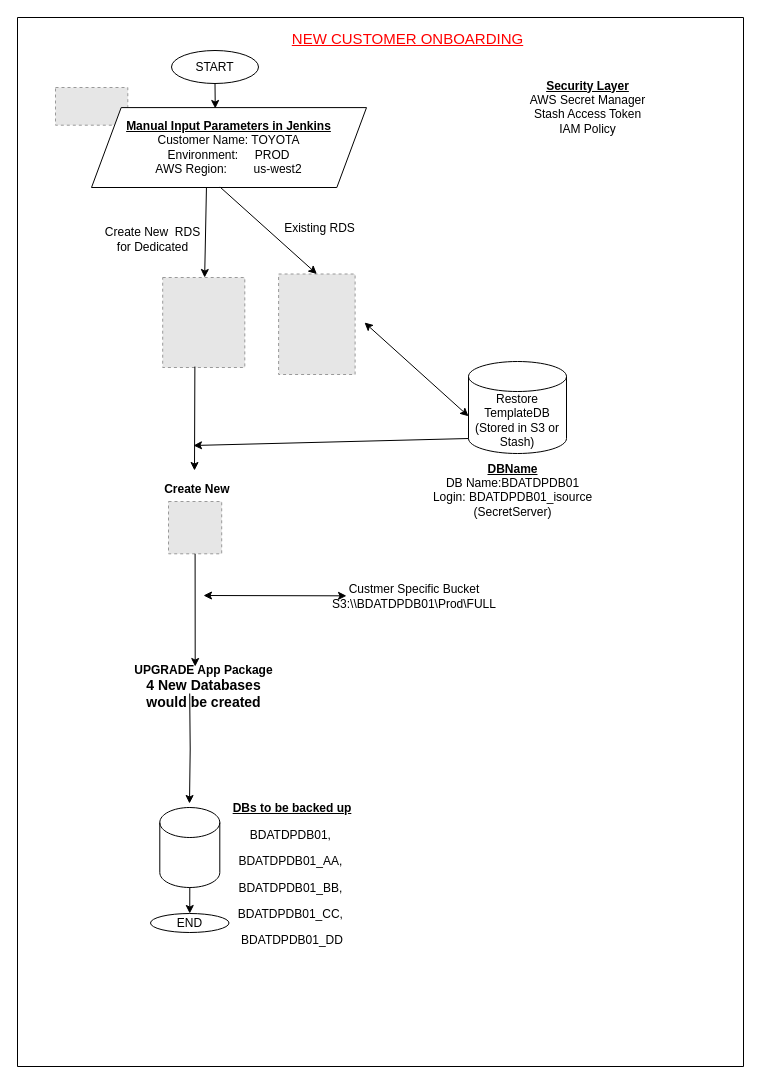
Earlier version of the draw.io diagram Untitled Diagram.drawio (Ravi1983-dev/devopsdemo). Source tidied: cells renumbered, new cells numbered last; positions are measured from the earlier drawing's top-left corner, leaving out a move shared by most shapes. Both pictures are drawn from the tidied source at 100%, with x=0, y=0 at pixel (17, 17). Pictures stored in the file or linked from it are replaced by grey dashed boxes.
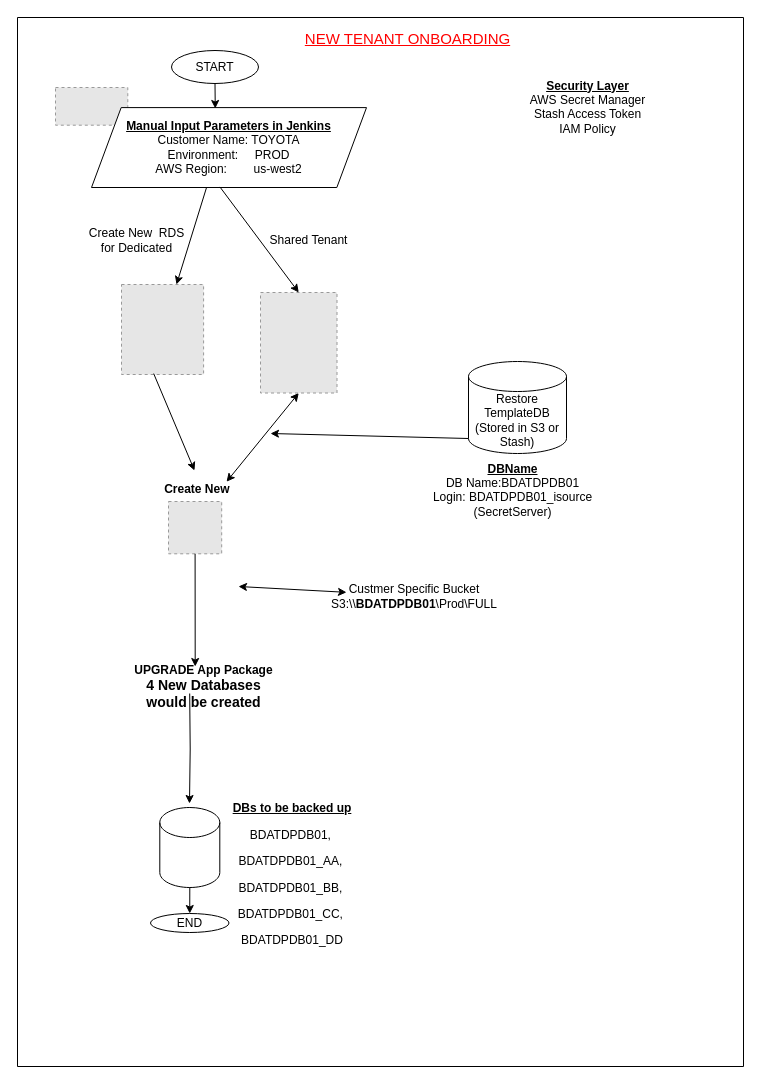
Above is the later version.

The change refers to these unchanged cells:
```xml
<mxCell id="2" style="swimlane;startSize=0;" parent="1" vertex="1">
  <mxGeometry width="726" height="1049" as="geometry" />
</mxCell>
<mxCell id="13" value="Create New&amp;nbsp;" style="text;html=1;align=center;verticalAlign=middle;whiteSpace=wrap;rounded=0;fontStyle=1;" parent="2" vertex="1">
  <mxGeometry x="145.2" y="465" width="73" height="14" as="geometry" />
</mxCell>
<mxCell id="20" value="Restore TemplateDB&lt;div&gt;(Stored in S3 or Stash)&lt;/div&gt;" style="shape=cylinder3;whiteSpace=wrap;html=1;boundedLbl=1;backgroundOutline=1;size=15;" parent="2" vertex="1">
  <mxGeometry x="451" y="344" width="98" height="92" as="geometry" />
</mxCell>
```

What changed in the source:
```diff
@@
-    <mxCell id="3" value="&lt;font&gt;NEW CUSTOMER ONBOARDING&lt;/font&gt;" style="text;html=1;align=center;verticalAlign=middle;whiteSpace=wrap;rounded=0;fontSize=15;fontColor=#FF0000;fontStyle=4;" parent="2" vertex="1">
+    <mxCell id="3" value="&lt;font&gt;NEW TENANT ONBOARDING&lt;/font&gt;" style="text;html=1;align=center;verticalAlign=middle;whiteSpace=wrap;rounded=0;fontSize=15;fontColor=#FF0000;fontStyle=4;" parent="2" vertex="1">
       <mxGeometry x="271" y="14" width="239" height="14" as="geometry" />
     </mxCell>
@@
-    <mxCell id="6" value="&lt;div&gt;Custmer Specific Bucket&lt;/div&gt;S3:\\&lt;span&gt;BDATDPDB01&lt;/span&gt;\Prod\FULL" style="text;html=1;align=center;verticalAlign=middle;whiteSpace=wrap;rounded=0;" parent="2" vertex="1">
+    <mxCell id="6" value="&lt;div&gt;Custmer Specific Bucket&lt;/div&gt;S3:\\&lt;span&gt;&lt;b&gt;BDATDPDB01&lt;/b&gt;&lt;/span&gt;\Prod\FULL" style="text;html=1;align=center;verticalAlign=middle;whiteSpace=wrap;rounded=0;" parent="2" vertex="1">
       <mxGeometry x="329" y="573" width="136" height="11" as="geometry" />
     </mxCell>
@@
     <mxCell id="11" style="fillColor=#E6E6E6;strokeColor=#999999;dashed=1;verticalLabelPosition=bottom;labelBackgroundColor=default;verticalAlign=top;" parent="2" vertex="1">
-      <mxGeometry x="145.2" y="260" width="82.1" height="90" as="geometry" />
+      <mxGeometry x="104" y="267" width="82.1" height="90" as="geometry" />
     </mxCell>
@@
     <mxCell id="15" value="Create New&amp;nbsp; RDS for Dedicated" style="text;html=1;align=center;verticalAlign=middle;whiteSpace=wrap;rounded=0;" parent="2" vertex="1">
-      <mxGeometry x="80" y="215" width="111" height="14" as="geometry" />
+      <mxGeometry x="64" y="216" width="111" height="14" as="geometry" />
     </mxCell>
@@
-    <mxCell id="19" style="endArrow=classic;startArrow=classic;html=1;rounded=0;entryX=0;entryY=0;entryDx=0;entryDy=54.75;entryPerimeter=0;" parent="2" edge="1" target="20">
-      <mxGeometry relative="1" as="geometry">
-        <mxPoint x="347" y="305" as="sourcePoint" />
-      </mxGeometry>
+    <mxCell id="19" style="endArrow=classic;startArrow=classic;html=1;rounded=0;entryX=0.875;entryY=-0.056;entryDx=0;entryDy=0;entryPerimeter=0;exitX=0.5;exitY=1;exitDx=0;exitDy=0;" parent="2" edge="1" source="23" target="13">
+      <mxGeometry relative="1" as="geometry" />
     </mxCell>
@@
     <mxCell id="23" style="fillColor=#E6E6E6;strokeColor=#999999;dashed=1;verticalLabelPosition=bottom;labelBackgroundColor=default;verticalAlign=top;" parent="2" vertex="1">
-      <mxGeometry x="261.1" y="256.5" width="76.5" height="100.5" as="geometry" />
+      <mxGeometry x="243" y="275" width="76.5" height="100.5" as="geometry" />
     </mxCell>
@@
-    <mxCell id="25" value="Existing RDS" style="text;html=1;align=center;verticalAlign=middle;whiteSpace=wrap;rounded=0;" parent="2" vertex="1">
-      <mxGeometry x="261.1" y="204" width="83" height="14" as="geometry" />
+    <mxCell id="25" value="Shared Tenant" style="text;html=1;align=center;verticalAlign=middle;whiteSpace=wrap;rounded=0;" parent="2" vertex="1">
+      <mxGeometry x="250" y="216" width="83" height="14" as="geometry" />
     </mxCell>
     <mxCell id="26" style="endArrow=classic;html=1;rounded=0;exitX=0;exitY=1;exitDx=0;exitDy=-15;exitPerimeter=0;" parent="2" edge="1" source="20">
       <mxGeometry relative="1" as="geometry">
-        <mxPoint x="176" y="428" as="targetPoint" />
+        <mxPoint x="253" y="416" as="targetPoint" />
       </mxGeometry>
     </mxCell>
@@
     <mxCell id="30" style="endArrow=classic;startArrow=classic;html=1;rounded=0;" parent="1" edge="1" target="6">
       <mxGeometry relative="1" as="geometry">
-        <mxPoint x="186" y="578" as="sourcePoint" />
+        <mxPoint x="221" y="569" as="sourcePoint" />
       </mxGeometry>
     </mxCell>
```
